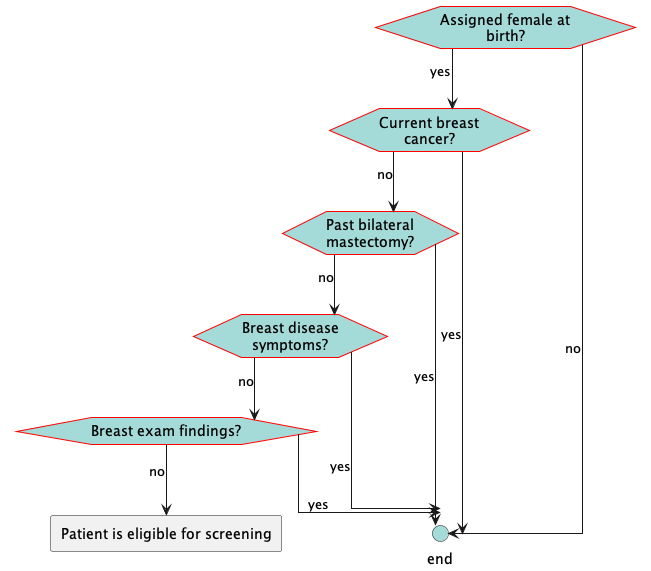
ccsm-cds-tools/CDC-Breast-Cancer-Screening-CDS-L2 keeps this PlantUML diagram as images/flow-ScreeningEligible.png. Above is the earlier version. The source it was exported from:
```plantuml
@startuml
hide stereotype
skinparam linetype ortho
<style>
hexagon {
    MaximumWidth: 150
    BackGroundColor: A4DBD8
    LineThickness: 1
    LineColor: red
    HorizontalAlignment: center
}
rectangle {
    MaximumWidth: 250
    HorizontalAlignment: center
}
.end {
    BackGroundColor: #A4DBD8
}
</style>
hexagon "Assigned female at birth?" as eve_female [[#eve-female]]
hexagon "Current breast cancer?" as eve_breastca [[#eve-breastca]]
hexagon "Past bilateral mastectomy?" as eve_mastectomy [[#eve-mastectomy]]
hexagon "Breast disease symptoms?" as eve_breastsymptoms [[#eve-breastsymptoms]]
hexagon "Breast exam findings?" as eve_breastfindings [[#eve-breastfindings]]
circle "end" as end_noteligible <<end>>
rectangle "Patient is eligible for screening" as act_eligible [[#act-eligible]]
eve_female-->eve_breastca: yes
eve_female-->end_noteligible: no
eve_breastca-->eve_mastectomy: no
eve_breastca-->end_noteligible: yes
eve_mastectomy-->eve_breastsymptoms: no
eve_mastectomy-->end_noteligible: yes
eve_breastsymptoms-->end_noteligible: yes
eve_breastsymptoms-->eve_breastfindings: no
eve_breastfindings-->end_noteligible: yes
eve_breastfindings-->act_eligible: no
@enduml
```
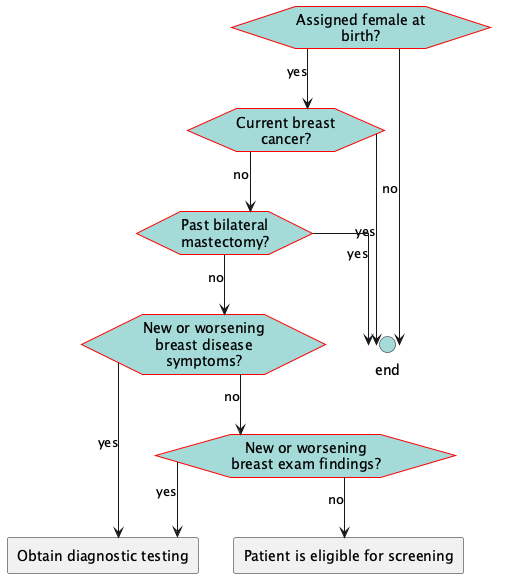
After the commit.

The edit, as a diff of the source:
```diff
@@ -20,9 +20,10 @@
 hexagon "Assigned female at birth?" as eve_female [[#eve-female]]
 hexagon "Current breast cancer?" as eve_breastca [[#eve-breastca]]
 hexagon "Past bilateral mastectomy?" as eve_mastectomy [[#eve-mastectomy]]
-hexagon "Breast disease symptoms?" as eve_breastsymptoms [[#eve-breastsymptoms]]
-hexagon "Breast exam findings?" as eve_breastfindings [[#eve-breastfindings]]
+hexagon "New or worsening breast disease symptoms?" as eve_breastsymptoms [[#eve-breastsymptoms]]
+hexagon "New or worsening breast exam findings?" as eve_breastfindings [[#eve-breastfindings]]
 circle "end" as end_noteligible <<end>>
+rectangle "Obtain diagnostic testing" as act_dxtesting [[#act-dxtesting]]
 rectangle "Patient is eligible for screening" as act_eligible [[#act-eligible]]
 eve_female-->eve_breastca: yes
 eve_female-->end_noteligible: no
@@ -30,8 +31,8 @@
 eve_breastca-->end_noteligible: yes
 eve_mastectomy-->eve_breastsymptoms: no
 eve_mastectomy-->end_noteligible: yes
-eve_breastsymptoms-->end_noteligible: yes
+eve_breastsymptoms-->act_dxtesting: yes
 eve_breastsymptoms-->eve_breastfindings: no
-eve_breastfindings-->end_noteligible: yes
+eve_breastfindings-->act_dxtesting: yes
 eve_breastfindings-->act_eligible: no
 @enduml
```
